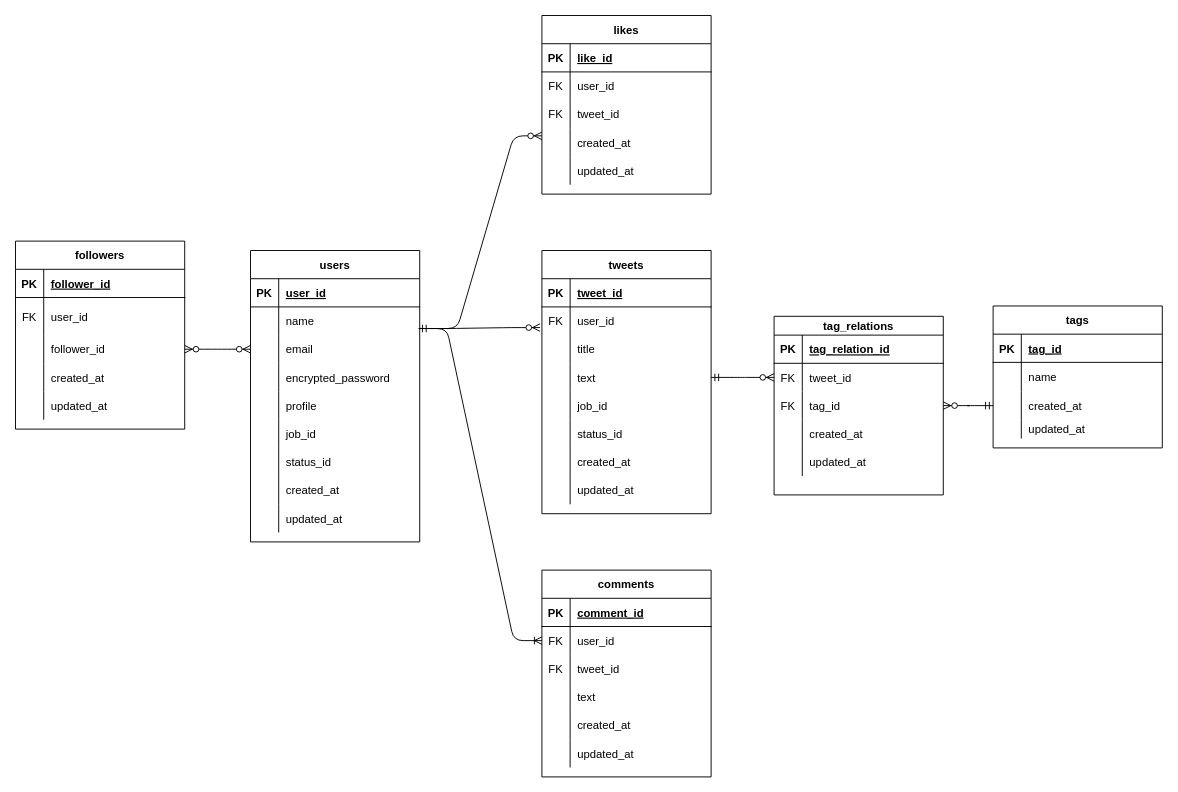
The draw.io diagram motivate_ER.dio in kanou7/motivate, before the edit. Source tidied: cells renumbered, new cells numbered last; positions are measured from the earlier drawing's top-left corner, leaving out a move shared by most shapes. Both pictures are drawn from the tidied source at 94%, with x=0, y=0 at pixel (15, 15).
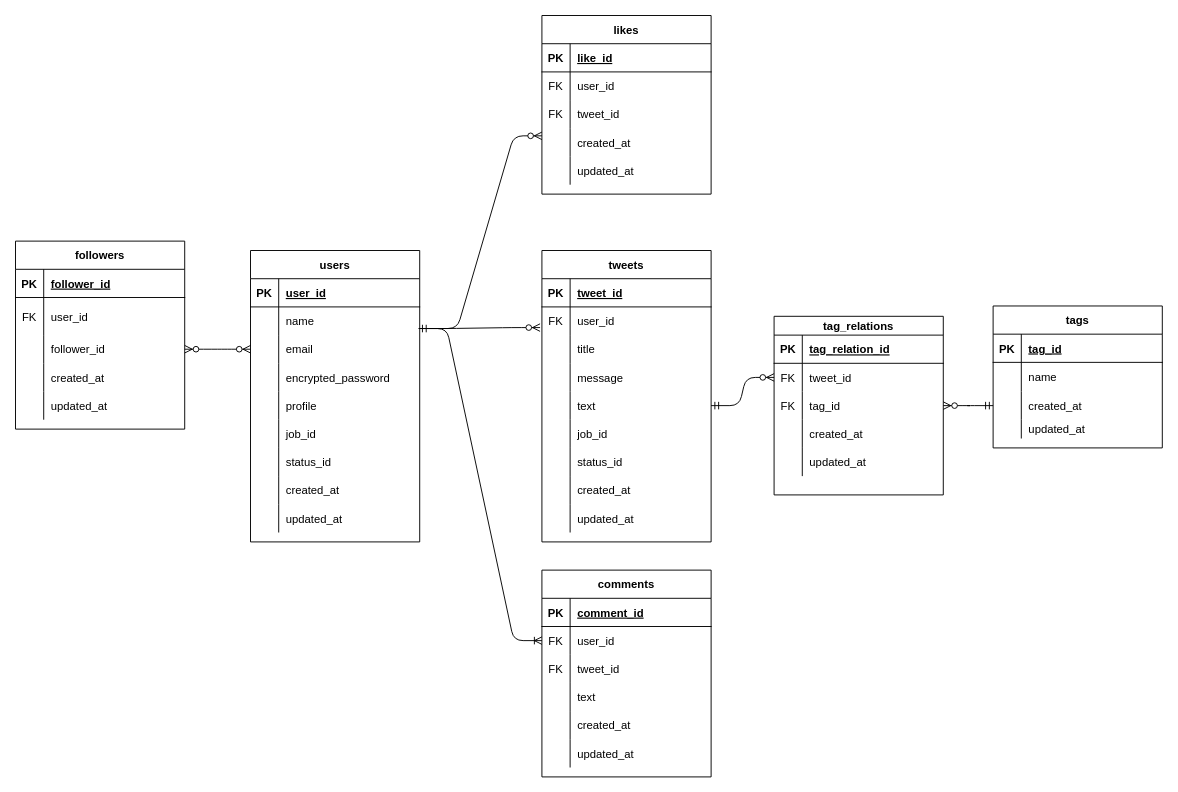
Above is the later version.

Change to the diagram source:
```diff
@@
     <mxCell id="30" value="tweets" style="shape=table;startSize=30;childLayout=tableLayout;rowLines=0;fontStyle=1;align=center;" parent="1" vertex="1">
-      <mxGeometry x="560" y="250" width="180" height="280" as="geometry" />
+      <mxGeometry x="560" y="250" width="180" height="310" as="geometry" />
     </mxCell>
@@
+    <mxCell id="141" style="shape=partialRectangle;fillColor=none;top=0;left=0;bottom=0;right=0;" parent="30" vertex="1">
+      <mxGeometry y="120" width="180" height="30" as="geometry" />
+    </mxCell>
+    <mxCell id="142" style="shape=partialRectangle;fillColor=none;top=0;left=0;bottom=0;right=0;overflow=hidden;" parent="141" vertex="1">
+      <mxGeometry width="30" height="30" as="geometry" />
+    </mxCell>
+    <mxCell id="143" value="message" style="shape=partialRectangle;fillColor=none;top=0;left=0;bottom=0;right=0;align=left;spacingLeft=6;overflow=hidden;" parent="141" vertex="1">
+      <mxGeometry x="30" width="150" height="30" as="geometry" />
+    </mxCell>
     <mxCell id="40" style="shape=partialRectangle;fillColor=none;top=0;left=0;bottom=0;right=0;points=[[0,0.5],[1,0.5]];portConstraint=eastwest;" parent="30" vertex="1">
-      <mxGeometry y="120" width="180" height="30" as="geometry" />
+      <mxGeometry y="150" width="180" height="30" as="geometry" />
     </mxCell>
@@
     <mxCell id="43" style="shape=partialRectangle;fillColor=none;top=0;left=0;bottom=0;right=0;" parent="30" vertex="1">
-      <mxGeometry y="150" width="180" height="30" as="geometry" />
+      <mxGeometry y="180" width="180" height="30" as="geometry" />
     </mxCell>
@@
     <mxCell id="46" style="shape=partialRectangle;fillColor=none;top=0;left=0;bottom=0;right=0;" parent="30" vertex="1">
-      <mxGeometry y="180" width="180" height="30" as="geometry" />
+      <mxGeometry y="210" width="180" height="30" as="geometry" />
     </mxCell>
@@
     <mxCell id="49" style="shape=partialRectangle;fillColor=none;top=0;left=0;bottom=0;right=0;" parent="30" vertex="1">
-      <mxGeometry y="210" width="180" height="30" as="geometry" />
+      <mxGeometry y="240" width="180" height="30" as="geometry" />
     </mxCell>
@@
     <mxCell id="52" style="shape=partialRectangle;fillColor=none;top=0;left=0;bottom=0;right=0;" parent="30" vertex="1">
-      <mxGeometry y="240" width="180" height="30" as="geometry" />
+      <mxGeometry y="270" width="180" height="30" as="geometry" />
     </mxCell>
```
